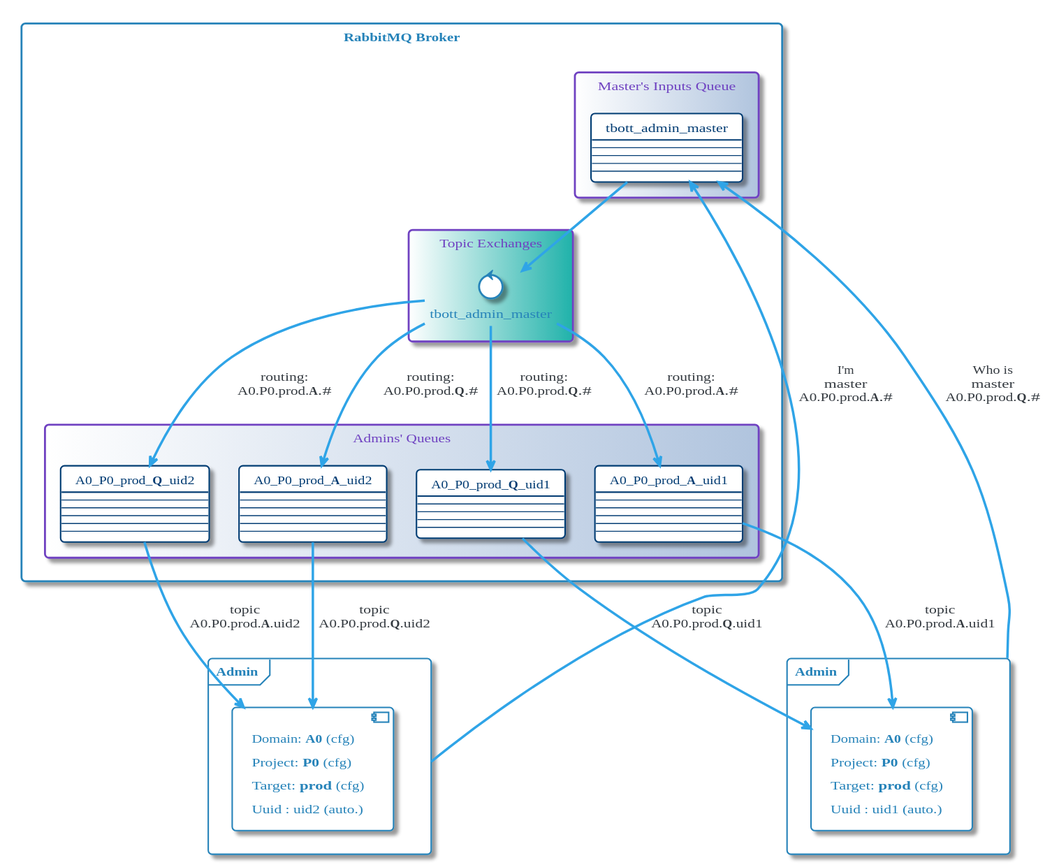
Above: images/plantuml/Admin/admin_coms/CommandsMaster.svg in momenttech/maestro-architecture (PlantUML), before the change.
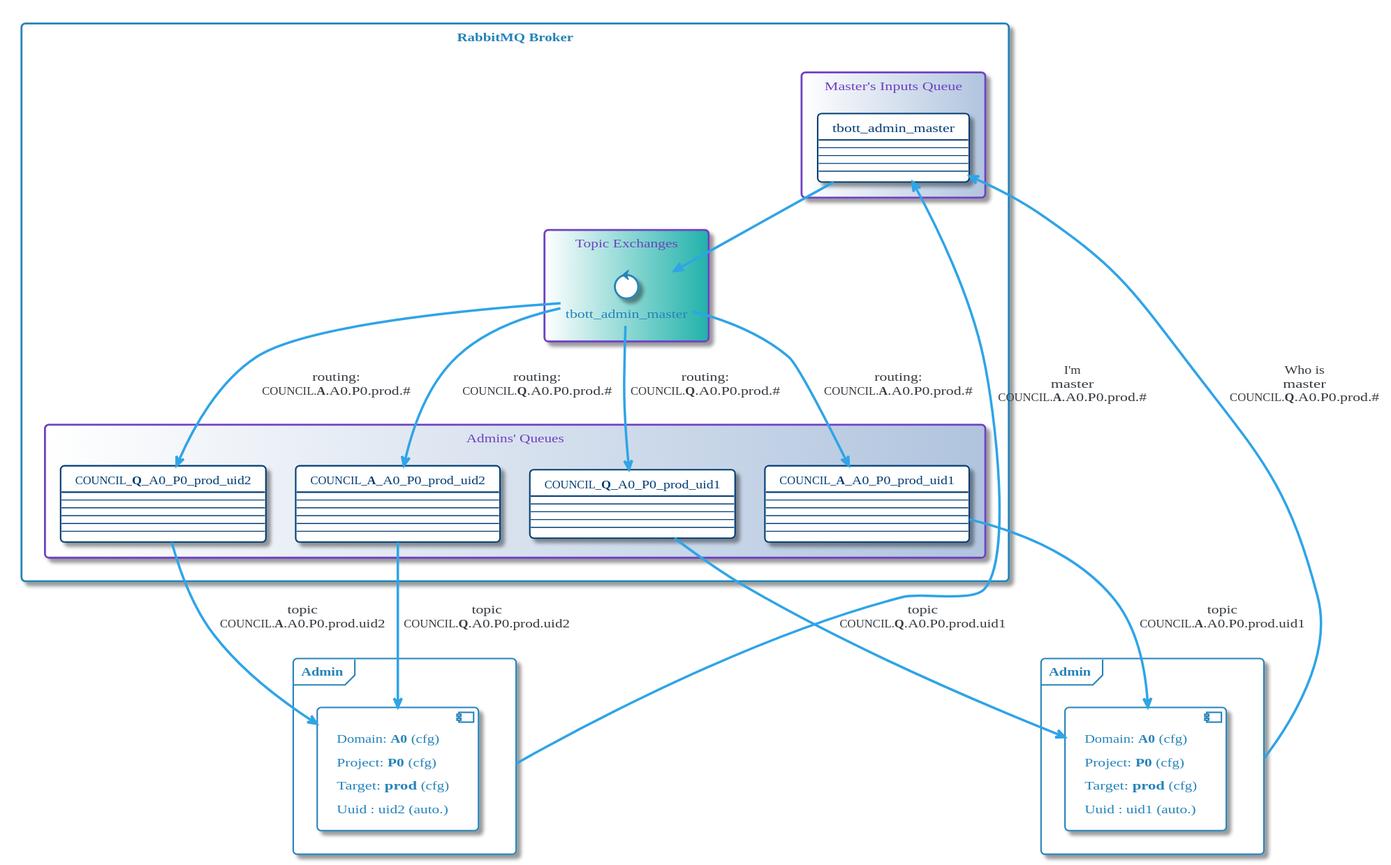
Later version of the same file.

Change to the diagram source:
```diff
@@ -1,4 +1,4 @@
-@startuml
+@startuml CommandsMaster
 
 
 
@@ -423,7 +423,7 @@
     }
     rectangle "Admins' Queues" <<QUEUES>> as RmqQueuesOut {
         card Card_A0P0T0Q1 [
-            A0_P0_prod_<b>Q</b>_uid1
+            COUNCIL_<b>Q</b>_A0_P0_prod_uid1
             ___
             ---
             ---
@@ -431,7 +431,7 @@
             ---
         ]
         card Card_A0P0T0A1 [
-            A0_P0_prod_<b>A</b>_uid1
+            COUNCIL_<b>A</b>_A0_P0_prod_uid1
             ___
             ---
             ---
@@ -440,7 +440,7 @@
             ---
         ]
         card Card_A0P0T0A2 [
-            A0_P0_prod_<b>Q</b>_uid2
+            COUNCIL_<b>Q</b>_A0_P0_prod_uid2
             ___
             ---
             ---
@@ -449,7 +449,7 @@
             ---
         ]
         card Card_A0P0T0Q2 [
-            A0_P0_prod_<b>A</b>_uid2
+            COUNCIL_<b>A</b>_A0_P0_prod_uid2
             ___
             ---
             ---
@@ -464,10 +464,10 @@
 
 Card_TbottAdmin -d-> ExchTbott
 
-ExchTbott --> Card_A0P0T0A1: "routing:\nA0.P0.prod.<b>A</b>.#"
-ExchTbott --> Card_A0P0T0Q1: "routing:\nA0.P0.prod.<b>Q</b>.#"
-ExchTbott --> Card_A0P0T0A2: "routing:\nA0.P0.prod.<b>A</b>.#"
-ExchTbott --> Card_A0P0T0Q2: "routing:\nA0.P0.prod.<b>Q</b>.#"
+ExchTbott --> Card_A0P0T0A1: "routing:\nCOUNCIL.<b>A</b>.A0.P0.prod.#"
+ExchTbott --> Card_A0P0T0Q1: "routing:\nCOUNCIL.<b>Q</b>.A0.P0.prod.#"
+ExchTbott --> Card_A0P0T0A2: "routing:\nCOUNCIL.<b>A</b>.A0.P0.prod.#"
+ExchTbott --> Card_A0P0T0Q2: "routing:\nCOUNCIL.<b>Q</b>.A0.P0.prod.#"
 
 frame "Admin" as FrameA0P0T1 {
     component CompA0P0T1 [
@@ -487,11 +487,13 @@
     ]
 }
 
-FrameA0P0T1 -> Card_TbottAdmin: "Who is\nmaster\nA0.P0.prod.<b>Q</b>.#"
-FrameA0P0T2 -> Card_TbottAdmin: "I'm\nmaster\nA0.P0.prod.<b>A</b>.#"
+FrameA0P0T1 -> Card_TbottAdmin: "Who is\nmaster\nCOUNCIL.<b>Q</b>.A0.P0.prod.#"
+FrameA0P0T2 -> Card_TbottAdmin: "I'm\nmaster\nCOUNCIL.<b>A</b>.A0.P0.prod.#"
 
-Card_A0P0T0A1 --> CompA0P0T1: topic\nA0.P0.prod.<b>A</b>.uid1
-Card_A0P0T0Q1 --> CompA0P0T1: topic\nA0.P0.prod.<b>Q</b>.uid1
-Card_A0P0T0A2 --> CompA0P0T2: topic\nA0.P0.prod.<b>A</b>.uid2
-Card_A0P0T0Q2 --> CompA0P0T2: topic\nA0.P0.prod.<b>Q</b>.uid2
+Card_A0P0T0A1 --> CompA0P0T1: topic\nCOUNCIL.<b>A</b>.A0.P0.prod.uid1
+Card_A0P0T0Q1 --> CompA0P0T1: topic\nCOUNCIL.<b>Q</b>.A0.P0.prod.uid1
+Card_A0P0T0A2 --> CompA0P0T2: topic\nCOUNCIL.<b>A</b>.A0.P0.prod.uid2
+Card_A0P0T0Q2 --> CompA0P0T2: topic\nCOUNCIL.<b>Q</b>.A0.P0.prod.uid2
+
+
 @enduml
```
